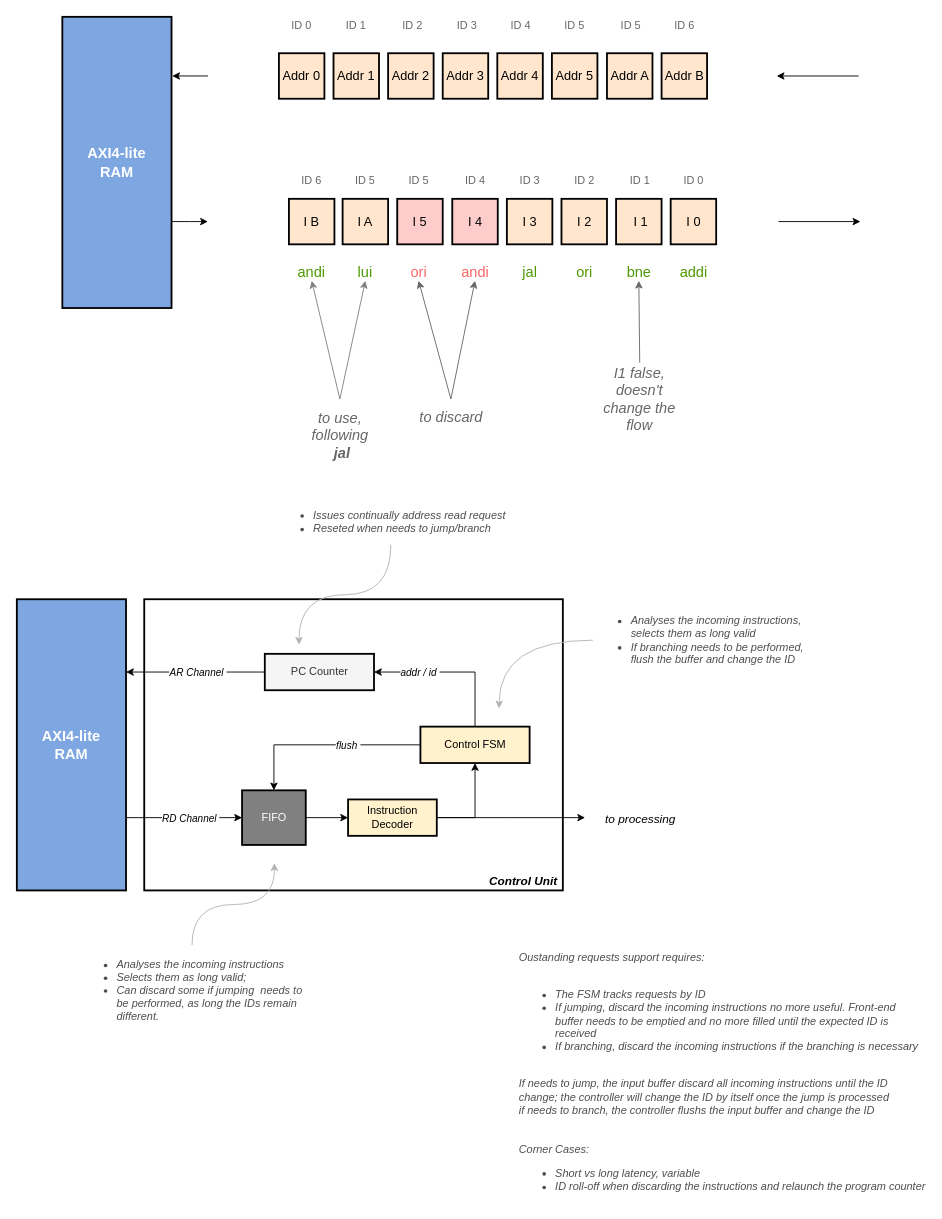
Before: page "AXI4-lite Control Unit" (3 of 6) of doc/friscv.drawio in dpretet/friscv, a draw.io diagram. Source tidied: cells renumbered, new cells numbered last; positions are measured from the earlier drawing's top-left corner, leaving out a move shared by most shapes. Both pictures are drawn from the tidied source at 91%, with x=0, y=0 at pixel (16, 16).
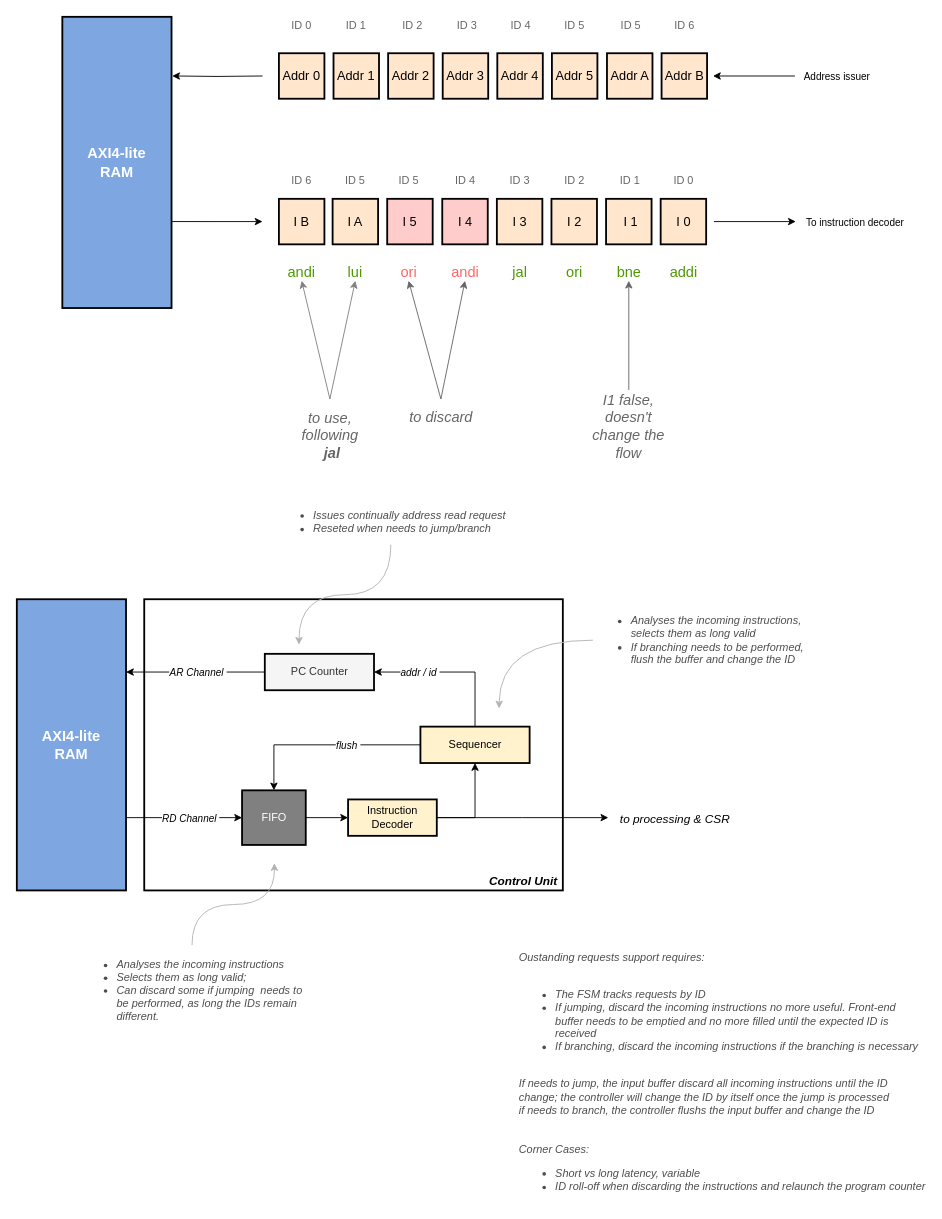
After the change.

The change refers to these unchanged cells:
```xml
<mxCell id="20" value="AXI4-lite &lt;br&gt;RAM" style="rounded=0;whiteSpace=wrap;html=1;fontSize=16;strokeColor=#000000;strokeWidth=2;fillColor=#7EA6E0;fontColor=#FFFFFF;fontStyle=1;" parent="1" vertex="1">
  <mxGeometry x="50" width="120" height="320" as="geometry" />
</mxCell>
<mxCell id="48" value="Instruction&lt;br&gt;Decoder" style="rounded=0;whiteSpace=wrap;html=1;strokeWidth=2;fillColor=#fff2cc;" parent="1" vertex="1">
  <mxGeometry x="364" y="860" width="97.5" height="40" as="geometry" />
</mxCell>
```

Diff of the diagram source:
```diff
@@
     <mxCell id="3" style="edgeStyle=orthogonalEdgeStyle;rounded=0;jettySize=auto;html=1;entryX=1.006;entryY=0.203;entryDx=0;entryDy=0;entryPerimeter=0;fontSize=16;fontColor=#000000;startArrow=none;startFill=0;endArrow=classic;endFill=1;" parent="1" edge="1" target="20">
       <mxGeometry relative="1" as="geometry">
-        <mxPoint x="210" y="65" as="sourcePoint" />
+        <mxPoint x="270" y="65" as="sourcePoint" />
       </mxGeometry>
     </mxCell>
@@
     <mxCell id="8" value="I 3" style="rounded=0;whiteSpace=wrap;html=1;fontSize=14;strokeColor=#000000;strokeWidth=2;fillColor=#FFE6CC;" parent="1" vertex="1">
-      <mxGeometry x="538.5" y="200" width="50" height="50" as="geometry" />
+      <mxGeometry x="527.5" y="200" width="50" height="50" as="geometry" />
     </mxCell>
     <mxCell id="9" value="I 2" style="rounded=0;whiteSpace=wrap;html=1;fontSize=14;strokeColor=#000000;strokeWidth=2;fillColor=#FFE6CC;" parent="1" vertex="1">
-      <mxGeometry x="598.5" y="200" width="50" height="50" as="geometry" />
+      <mxGeometry x="587.5" y="200" width="50" height="50" as="geometry" />
     </mxCell>
     <mxCell id="10" value="&amp;nbsp;I 1" style="rounded=0;whiteSpace=wrap;html=1;fontSize=14;strokeColor=#000000;strokeWidth=2;fillColor=#FFE6CC;" parent="1" vertex="1">
-      <mxGeometry x="658.5" y="200" width="50" height="50" as="geometry" />
+      <mxGeometry x="647.5" y="200" width="50" height="50" as="geometry" />
     </mxCell>
     <mxCell id="11" value="I 0" style="rounded=0;whiteSpace=wrap;html=1;fontSize=14;strokeColor=#000000;strokeWidth=2;fillColor=#FFE6CC;" parent="1" vertex="1">
-      <mxGeometry x="718.5" y="200" width="50" height="50" as="geometry" />
+      <mxGeometry x="707.5" y="200" width="50" height="50" as="geometry" />
     </mxCell>
     <mxCell id="12" value="addi" style="text;html=1;strokeColor=none;fillColor=none;align=center;verticalAlign=middle;whiteSpace=wrap;rounded=0;fontSize=16;fontColor=#4D9900;" parent="1" vertex="1">
-      <mxGeometry x="723.5" y="270" width="40" height="20" as="geometry" />
+      <mxGeometry x="712.5" y="270" width="40" height="20" as="geometry" />
     </mxCell>
     <mxCell id="13" value="bne" style="text;html=1;strokeColor=none;fillColor=none;align=center;verticalAlign=middle;whiteSpace=wrap;rounded=0;fontSize=16;fontColor=#4D9900;" parent="1" vertex="1">
-      <mxGeometry x="663.5" y="270" width="40" height="20" as="geometry" />
+      <mxGeometry x="652.5" y="270" width="40" height="20" as="geometry" />
     </mxCell>
     <mxCell id="14" value="ori" style="text;html=1;strokeColor=none;fillColor=none;align=center;verticalAlign=middle;whiteSpace=wrap;rounded=0;fontSize=16;fontColor=#4D9900;" parent="1" vertex="1">
-      <mxGeometry x="603.5" y="270" width="40" height="20" as="geometry" />
+      <mxGeometry x="592.5" y="270" width="40" height="20" as="geometry" />
     </mxCell>
     <mxCell id="15" value="andi" style="text;html=1;strokeColor=none;fillColor=none;align=center;verticalAlign=middle;whiteSpace=wrap;rounded=0;fontSize=16;fontColor=#FF6666;" parent="1" vertex="1">
-      <mxGeometry x="483.5" y="270" width="40" height="20" as="geometry" />
+      <mxGeometry x="472.5" y="270" width="40" height="20" as="geometry" />
     </mxCell>
@@
     <mxCell id="18" style="edgeStyle=orthogonalEdgeStyle;rounded=0;jettySize=auto;html=1;exitX=1;exitY=0.703;exitDx=0;exitDy=0;fontSize=16;fontColor=#000000;startArrow=none;startFill=0;endArrow=classic;endFill=1;exitPerimeter=0;" parent="1" edge="1" source="20">
       <mxGeometry relative="1" as="geometry">
-        <mxPoint x="210" y="225" as="targetPoint" />
+        <mxPoint x="270" y="225" as="targetPoint" />
       </mxGeometry>
     </mxCell>
     <mxCell id="19" value="I 4" style="rounded=0;whiteSpace=wrap;html=1;fontSize=14;strokeColor=#000000;strokeWidth=2;fillColor=#FFCCCC;" parent="1" vertex="1">
-      <mxGeometry x="478.5" y="200" width="50" height="50" as="geometry" />
+      <mxGeometry x="467.5" y="200" width="50" height="50" as="geometry" />
     </mxCell>
@@
     <mxCell id="21" value="jal" style="text;html=1;strokeColor=none;fillColor=none;align=center;verticalAlign=middle;whiteSpace=wrap;rounded=0;fontSize=16;fontColor=#4D9900;" parent="1" vertex="1">
-      <mxGeometry x="543.5" y="270" width="40" height="20" as="geometry" />
+      <mxGeometry x="532.5" y="270" width="40" height="20" as="geometry" />
     </mxCell>
     <mxCell id="22" value="I 5" style="rounded=0;whiteSpace=wrap;html=1;fontSize=14;strokeColor=#000000;strokeWidth=2;fillColor=#FFCCCC;" parent="1" vertex="1">
-      <mxGeometry x="418" y="200" width="50" height="50" as="geometry" />
+      <mxGeometry x="407" y="200" width="50" height="50" as="geometry" />
     </mxCell>
     <mxCell id="23" value="ori" style="text;html=1;strokeColor=none;fillColor=none;align=center;verticalAlign=middle;whiteSpace=wrap;rounded=0;fontSize=16;fontColor=#FF6666;" parent="1" vertex="1">
-      <mxGeometry x="421.5" y="270" width="40" height="20" as="geometry" />
+      <mxGeometry x="410.5" y="270" width="40" height="20" as="geometry" />
     </mxCell>
@@
     <mxCell id="25" value="to discard" style="text;html=1;strokeColor=none;fillColor=none;align=center;verticalAlign=middle;whiteSpace=wrap;rounded=0;fontSize=16;fontColor=#666666;fontStyle=2;" parent="1" vertex="1">
-      <mxGeometry x="439.5" y="420" width="75" height="40" as="geometry" />
+      <mxGeometry x="428.5" y="420" width="75" height="40" as="geometry" />
     </mxCell>
@@
     <mxCell id="29" value="to use, following&lt;br&gt;&amp;nbsp;&lt;b&gt;jal&lt;/b&gt;" style="text;html=1;strokeColor=none;fillColor=none;align=center;verticalAlign=middle;whiteSpace=wrap;rounded=0;fontSize=16;fontColor=#666666;fontStyle=2;" parent="1" vertex="1">
-      <mxGeometry x="317.5" y="420" width="75" height="80" as="geometry" />
+      <mxGeometry x="306.5" y="420" width="75" height="80" as="geometry" />
     </mxCell>
@@
     <mxCell id="31" value="I1 false, doesn't change the flow" style="text;html=1;strokeColor=none;fillColor=none;align=center;verticalAlign=middle;whiteSpace=wrap;rounded=0;fontSize=16;labelBackgroundColor=#ffffff;fontColor=#666666;fontStyle=2;" parent="1" vertex="1">
-      <mxGeometry x="641" y="380" width="87" height="80" as="geometry" />
+      <mxGeometry x="629" y="410" width="87" height="80" as="geometry" />
     </mxCell>
@@
-    <mxCell id="40" value="Control FSM" style="rounded=0;whiteSpace=wrap;html=1;strokeWidth=2;fillColor=#fff2cc;" parent="1" vertex="1">
+    <mxCell id="40" value="Sequencer" style="rounded=0;whiteSpace=wrap;html=1;strokeWidth=2;fillColor=#fff2cc;" parent="1" vertex="1">
       <mxGeometry x="443.5" y="780" width="120" height="40" as="geometry" />
     </mxCell>
@@
-    <mxCell id="45" style="edgeStyle=orthogonalEdgeStyle;rounded=0;jettySize=auto;html=1;exitX=1;exitY=0.5;exitDx=0;exitDy=0;fontColor=#666666;entryX=0;entryY=0.5;entryDx=0;entryDy=0;" parent="1" edge="1" source="48">
+    <mxCell id="45" style="edgeStyle=orthogonalEdgeStyle;rounded=0;jettySize=auto;html=1;exitX=1;exitY=0.5;exitDx=0;exitDy=0;fontColor=#666666;" parent="1" edge="1" source="48">
       <mxGeometry relative="1" as="geometry">
-        <mxPoint x="624.5" y="880" as="targetPoint" />
+        <mxPoint x="650" y="880" as="targetPoint" />
       </mxGeometry>
     </mxCell>
-    <mxCell id="46" value="to processing" style="edgeLabel;html=1;align=center;verticalAlign=middle;fontSize=13;fontColor=#000000;fontStyle=2;" parent="45" vertex="1">
+    <mxCell id="46" value="to processing &amp;amp; CSR" style="edgeLabel;html=1;align=center;verticalAlign=middle;fontSize=13;fontColor=#000000;fontStyle=2;" parent="45" vertex="1">
       <mxGeometry x="0.5" y="-2" relative="1" as="geometry">
-        <mxPoint x="100" y="-2" as="offset" />
+        <mxPoint x="119" y="-2" as="offset" />
       </mxGeometry>
     </mxCell>
@@
     <mxCell id="57" value="ID 0" style="text;html=1;strokeColor=none;fillColor=none;align=center;verticalAlign=middle;whiteSpace=wrap;rounded=0;fontColor=#666666;" parent="1" vertex="1">
-      <mxGeometry x="723.5" y="170" width="40" height="20" as="geometry" />
+      <mxGeometry x="712.5" y="170" width="40" height="20" as="geometry" />
     </mxCell>
     <mxCell id="58" value="ID 1" style="text;html=1;strokeColor=none;fillColor=none;align=center;verticalAlign=middle;whiteSpace=wrap;rounded=0;fontColor=#666666;" parent="1" vertex="1">
-      <mxGeometry x="664.5" y="170" width="40" height="20" as="geometry" />
+      <mxGeometry x="653.5" y="170" width="40" height="20" as="geometry" />
     </mxCell>
     <mxCell id="59" value="ID 2" style="text;html=1;strokeColor=none;fillColor=none;align=center;verticalAlign=middle;whiteSpace=wrap;rounded=0;fontColor=#666666;" parent="1" vertex="1">
-      <mxGeometry x="603.5" y="170" width="40" height="20" as="geometry" />
+      <mxGeometry x="592.5" y="170" width="40" height="20" as="geometry" />
     </mxCell>
     <mxCell id="60" value="ID 3" style="text;html=1;strokeColor=none;fillColor=none;align=center;verticalAlign=middle;whiteSpace=wrap;rounded=0;fontColor=#666666;" parent="1" vertex="1">
-      <mxGeometry x="543.5" y="170" width="40" height="20" as="geometry" />
+      <mxGeometry x="532.5" y="170" width="40" height="20" as="geometry" />
     </mxCell>
     <mxCell id="61" value="ID 4" style="text;html=1;strokeColor=none;fillColor=none;align=center;verticalAlign=middle;whiteSpace=wrap;rounded=0;fontColor=#666666;" parent="1" vertex="1">
-      <mxGeometry x="483.5" y="170" width="40" height="20" as="geometry" />
+      <mxGeometry x="472.5" y="170" width="40" height="20" as="geometry" />
     </mxCell>
     <mxCell id="62" style="edgeStyle=orthogonalEdgeStyle;rounded=0;orthogonalLoop=1;jettySize=auto;html=1;exitX=1;exitY=0.5;exitDx=0;exitDy=0;fontSize=14;startArrow=none;startFill=0;endArrow=classic;endFill=1;entryX=1;entryY=0.5;entryDx=0;entryDy=0;" parent="1" edge="1">
       <mxGeometry relative="1" as="geometry">
-        <mxPoint x="925" y="65" as="sourcePoint" />
-        <mxPoint x="835" y="65" as="targetPoint" />
+        <mxPoint x="855" y="65" as="sourcePoint" />
+        <mxPoint x="765" y="65" as="targetPoint" />
       </mxGeometry>
     </mxCell>
+    <mxCell id="80" value="Address issuer" style="edgeLabel;html=1;align=center;verticalAlign=middle;" parent="62" vertex="1">
+      <mxGeometry x="-0.16" y="-1" relative="1" as="geometry">
+        <mxPoint x="83" y="1" as="offset" />
+      </mxGeometry>
+    </mxCell>
     <mxCell id="63" style="edgeStyle=orthogonalEdgeStyle;rounded=0;orthogonalLoop=1;jettySize=auto;html=1;exitX=1;exitY=0.5;exitDx=0;exitDy=0;fontSize=16;fontColor=#000000;startArrow=none;startFill=0;endArrow=classic;endFill=1;" parent="1" edge="1">
       <mxGeometry relative="1" as="geometry">
-        <mxPoint x="837" y="225" as="sourcePoint" />
-        <mxPoint x="927" y="225" as="targetPoint" />
+        <mxPoint x="766" y="225" as="sourcePoint" />
+        <mxPoint x="856" y="225" as="targetPoint" />
       </mxGeometry>
     </mxCell>
+    <mxCell id="81" value="To instruction decoder" style="edgeLabel;html=1;align=center;verticalAlign=middle;" parent="63" vertex="1">
+      <mxGeometry x="0.51" y="2" relative="1" as="geometry">
+        <mxPoint x="86" y="2" as="offset" />
+      </mxGeometry>
+    </mxCell>
     <mxCell id="64" value="ID 5" style="text;html=1;strokeColor=none;fillColor=none;align=center;verticalAlign=middle;whiteSpace=wrap;rounded=0;fontColor=#666666;" parent="1" vertex="1">
-      <mxGeometry x="421.5" y="170" width="40" height="20" as="geometry" />
+      <mxGeometry x="410.5" y="170" width="40" height="20" as="geometry" />
     </mxCell>
@@
     <mxCell id="67" value="I A" style="rounded=0;whiteSpace=wrap;html=1;fontSize=14;strokeColor=#000000;strokeWidth=2;fillColor=#FFE6CC;" parent="1" vertex="1">
-      <mxGeometry x="358" y="200" width="50" height="50" as="geometry" />
+      <mxGeometry x="347" y="200" width="50" height="50" as="geometry" />
     </mxCell>
     <mxCell id="68" value="ID 5" style="text;html=1;strokeColor=none;fillColor=none;align=center;verticalAlign=middle;whiteSpace=wrap;rounded=0;fontColor=#666666;" parent="1" vertex="1">
-      <mxGeometry x="363" y="170" width="40" height="20" as="geometry" />
+      <mxGeometry x="352" y="170" width="40" height="20" as="geometry" />
     </mxCell>
@@
     <mxCell id="71" value="I B" style="rounded=0;whiteSpace=wrap;html=1;fontSize=14;strokeColor=#000000;strokeWidth=2;fillColor=#FFE6CC;" parent="1" vertex="1">
-      <mxGeometry x="299" y="200" width="50" height="50" as="geometry" />
+      <mxGeometry x="288" y="200" width="50" height="50" as="geometry" />
     </mxCell>
     <mxCell id="72" value="ID 6" style="text;html=1;strokeColor=none;fillColor=none;align=center;verticalAlign=middle;whiteSpace=wrap;rounded=0;fontColor=#666666;" parent="1" vertex="1">
-      <mxGeometry x="304" y="170" width="40" height="20" as="geometry" />
+      <mxGeometry x="293" y="170" width="40" height="20" as="geometry" />
     </mxCell>
     <mxCell id="73" value="lui" style="text;html=1;strokeColor=none;fillColor=none;align=center;verticalAlign=middle;whiteSpace=wrap;rounded=0;fontSize=16;fontColor=#4D9900;" parent="1" vertex="1">
-      <mxGeometry x="363" y="270" width="40" height="20" as="geometry" />
+      <mxGeometry x="352" y="270" width="40" height="20" as="geometry" />
     </mxCell>
     <mxCell id="74" value="andi" style="text;html=1;strokeColor=none;fillColor=none;align=center;verticalAlign=middle;whiteSpace=wrap;rounded=0;fontSize=16;fontColor=#4D9900;" parent="1" vertex="1">
-      <mxGeometry x="304" y="270" width="40" height="20" as="geometry" />
+      <mxGeometry x="293" y="270" width="40" height="20" as="geometry" />
     </mxCell>
```
